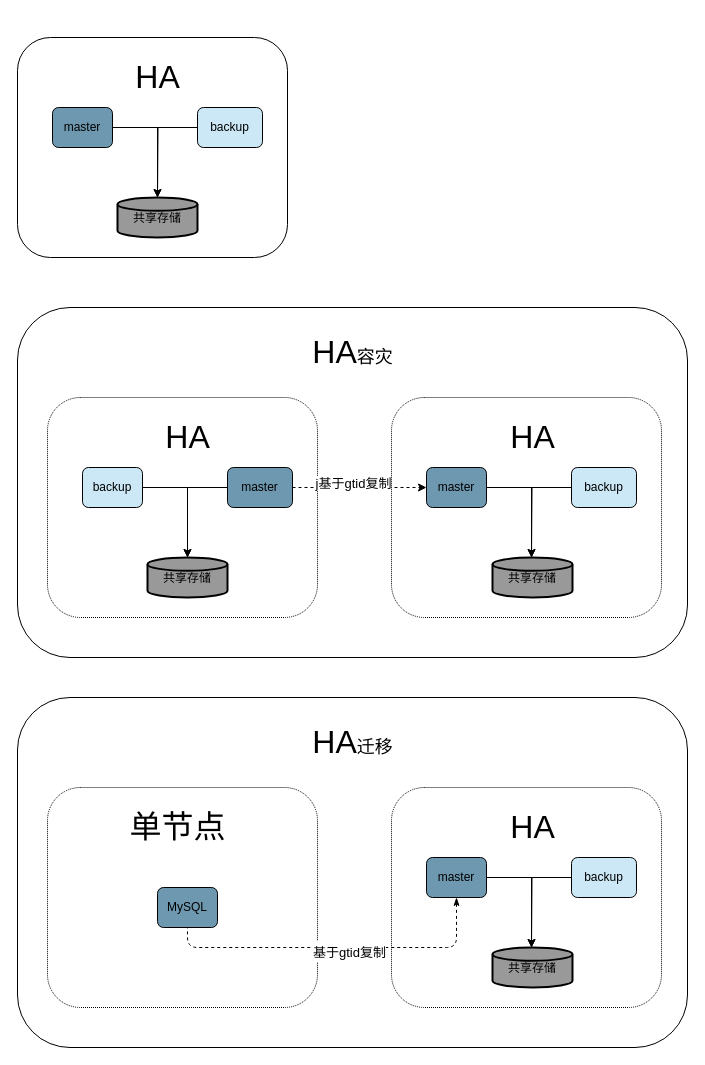
maopashui/drawio keeps this draw.io diagram as page "MySQL-HA" (1 of 7) of dbscan/dbscan.drawio. Above is the earlier version. Source tidied: cells renumbered, new cells numbered last; positions are measured from the earlier drawing's top-left corner, leaving out a move shared by most shapes. Both pictures are drawn from the tidied source at 100%, with x=0, y=0 at pixel (17, 17).
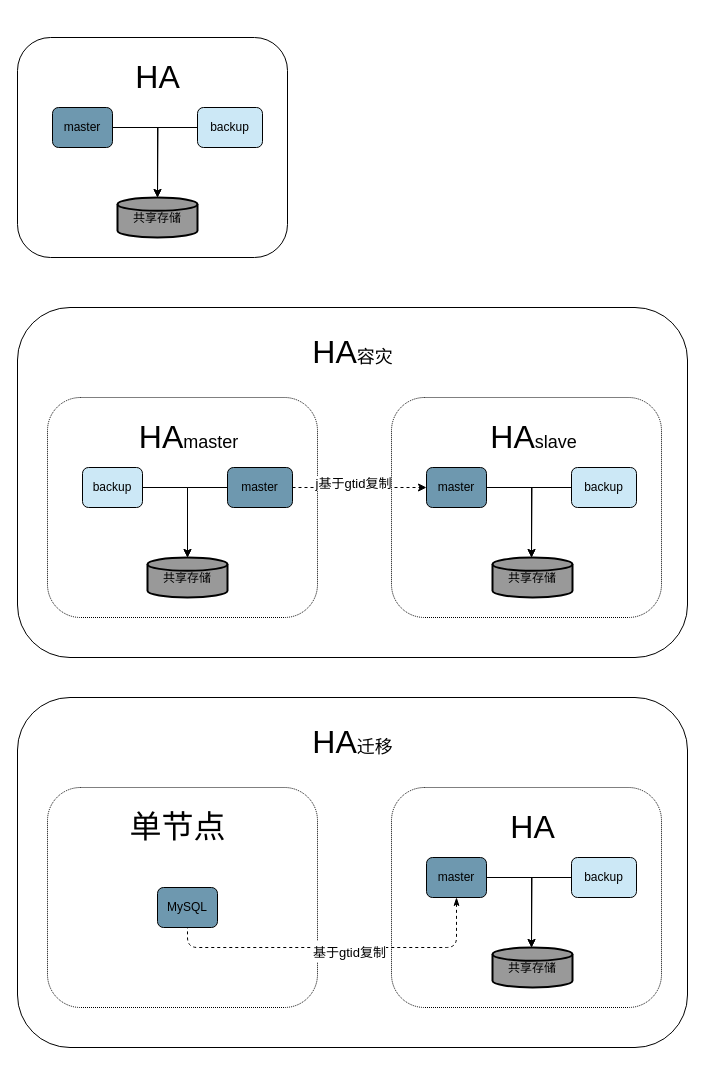
The same page after the edit.

The edit, as a diff of the source:
```diff
@@
-    <mxCell id="17" value="&lt;p style=&quot;font-size: 32px;&quot;&gt;HA&lt;/p&gt;" style="text;html=1;align=center;verticalAlign=middle;rounded=0;glass=0;fillStyle=auto;rotation=0;fontSize=32;" parent="1" vertex="1">
-      <mxGeometry x="135" y="360" width="70" height="120" as="geometry" />
+    <mxCell id="17" value="&lt;p style=&quot;&quot;&gt;&lt;span style=&quot;font-size: 32px;&quot;&gt;HA&lt;/span&gt;&lt;font style=&quot;font-size: 18px;&quot;&gt;master&lt;/font&gt;&lt;/p&gt;" style="text;html=1;align=center;verticalAlign=middle;rounded=0;glass=0;fillStyle=auto;rotation=0;fontSize=32;" parent="1" vertex="1">
+      <mxGeometry x="112" y="363" width="117" height="114" as="geometry" />
     </mxCell>
@@
-    <mxCell id="23" value="&lt;p style=&quot;font-size: 32px;&quot;&gt;HA&lt;/p&gt;" style="text;html=1;align=center;verticalAlign=middle;rounded=0;glass=0;fillStyle=auto;rotation=0;fontSize=32;" parent="1" vertex="1">
-      <mxGeometry x="480" y="360" width="70" height="120" as="geometry" />
+    <mxCell id="23" value="&lt;p style=&quot;&quot;&gt;&lt;span style=&quot;font-size: 32px;&quot;&gt;HA&lt;/span&gt;&lt;font style=&quot;font-size: 18px;&quot;&gt;slave&lt;/font&gt;&lt;/p&gt;" style="text;html=1;align=center;verticalAlign=middle;rounded=0;glass=0;fillStyle=auto;rotation=0;fontSize=32;" parent="1" vertex="1">
+      <mxGeometry x="463" y="363" width="105" height="114" as="geometry" />
     </mxCell>
```
